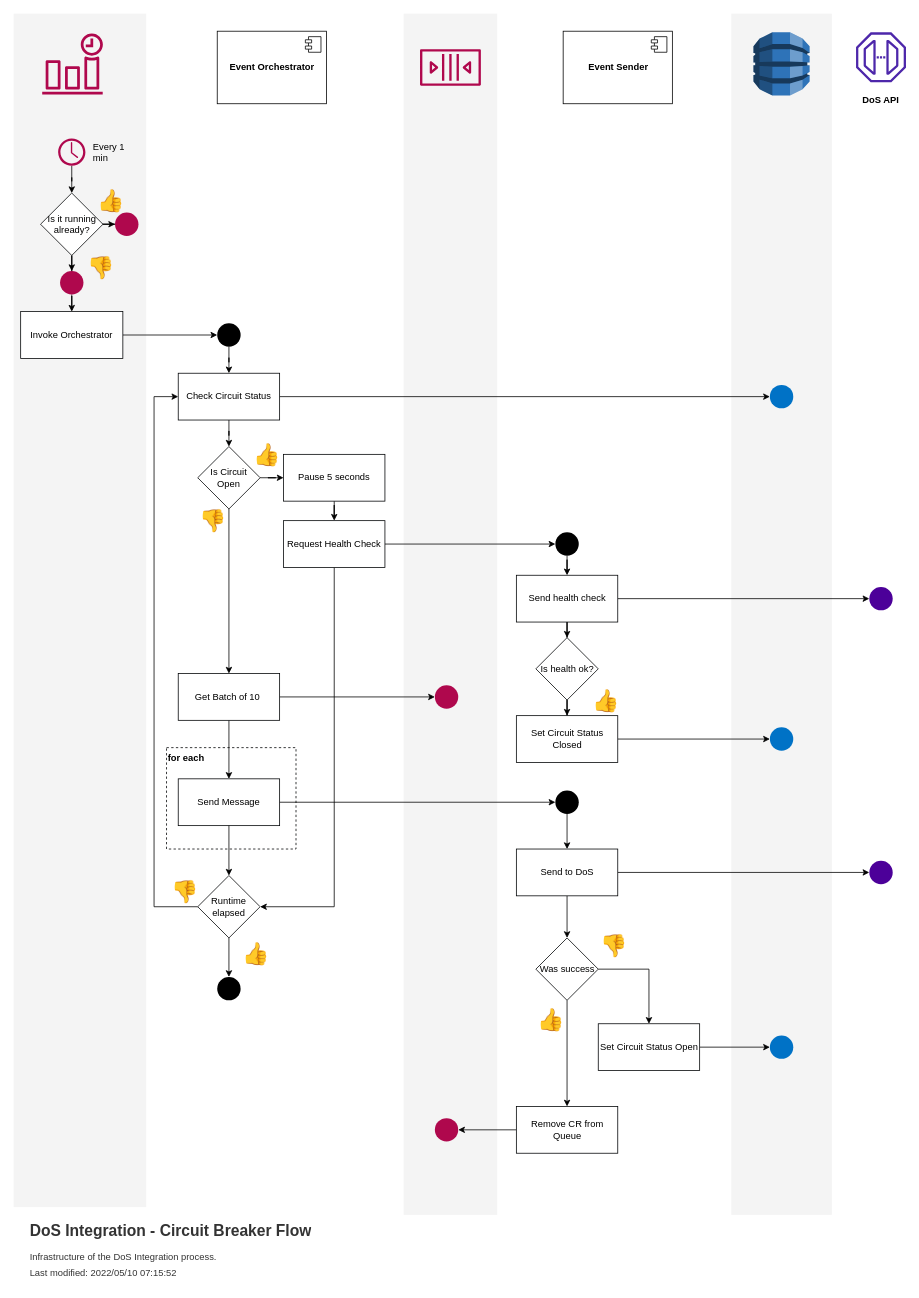
The draw.io diagram page "Orchestator" (5 of 6) of documentation/diagrams/DoS Integration.drawio in nhsd-exeter/dos-integration, before the edit. Source tidied: cells renumbered, new cells numbered last; positions are measured from the earlier drawing's top-left corner, leaving out a move shared by most shapes. Both pictures are drawn from the tidied source at 78%, with x=0, y=0 at pixel (13, 13).
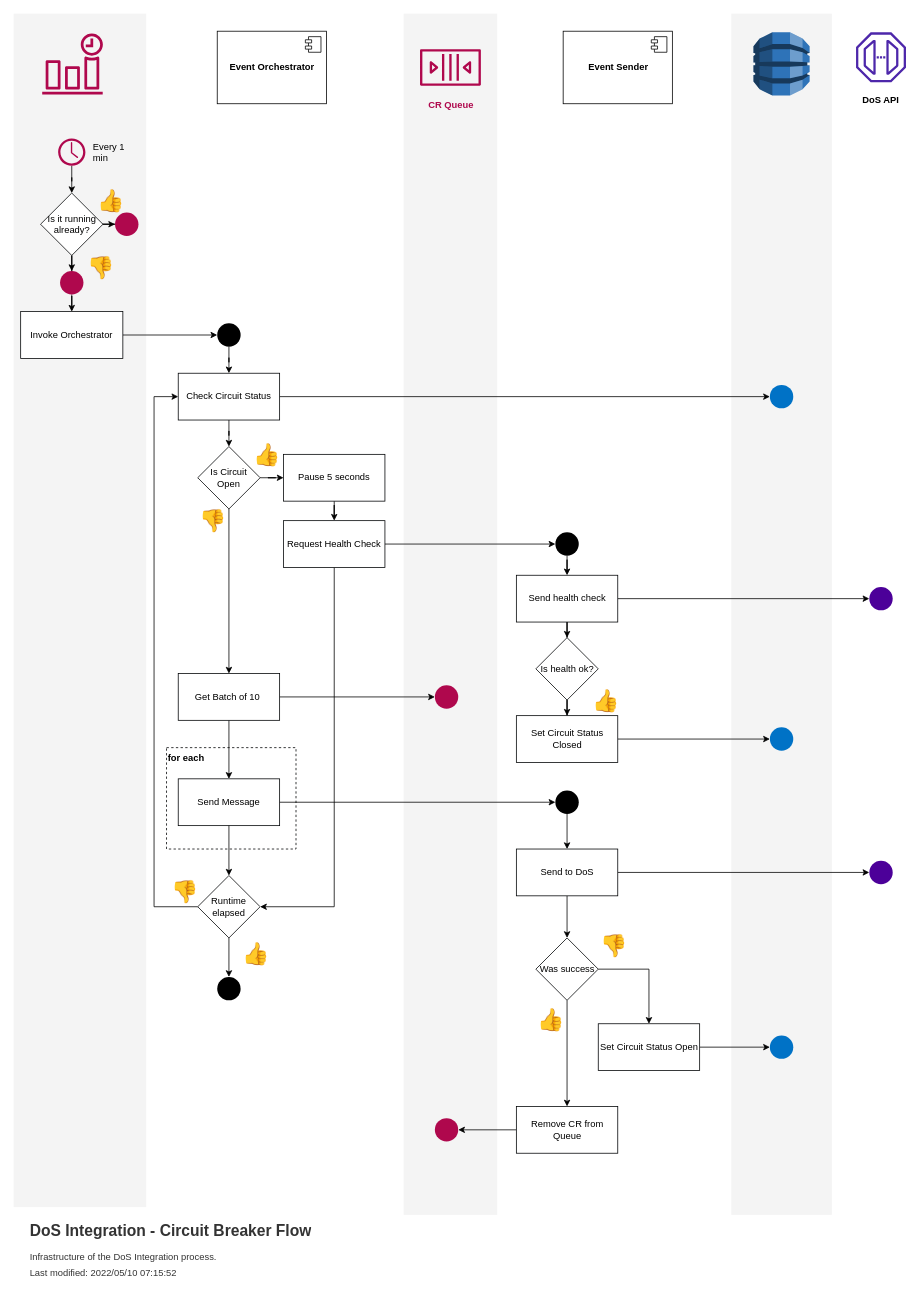
The same page after the edit.

The edit, as a diff of the source:
```diff
@@
+    <mxCell id="88" value="&lt;span style=&quot;font-family: Helvetica; font-size: 12px; font-style: normal; font-variant-ligatures: normal; font-variant-caps: normal; font-weight: 700; letter-spacing: normal; orphans: 2; text-indent: 0px; text-transform: none; widows: 2; word-spacing: 0px; -webkit-text-stroke-width: 0px; text-decoration-thickness: initial; text-decoration-style: initial; text-decoration-color: initial; float: none; display: inline !important;&quot;&gt;CR Queue&lt;/span&gt;" style="text;whiteSpace=wrap;html=1;align=center;fontColor=#AF084D;" parent="1" vertex="1">
+      <mxGeometry x="521" y="103.5" width="80" height="30" as="geometry" />
+    </mxCell>
```
